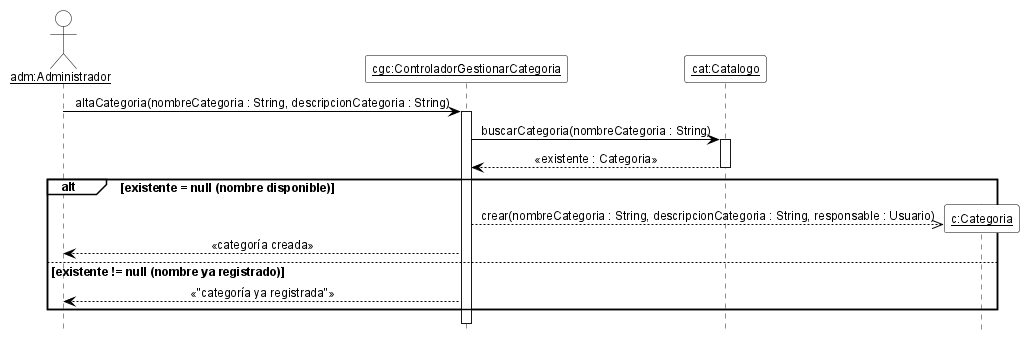
Before: 08-Diagrama De Secuencia/DSD_CU-03_altaCategoria.png, a diagram exported from PlantUML (cirotop/Stock-Project).
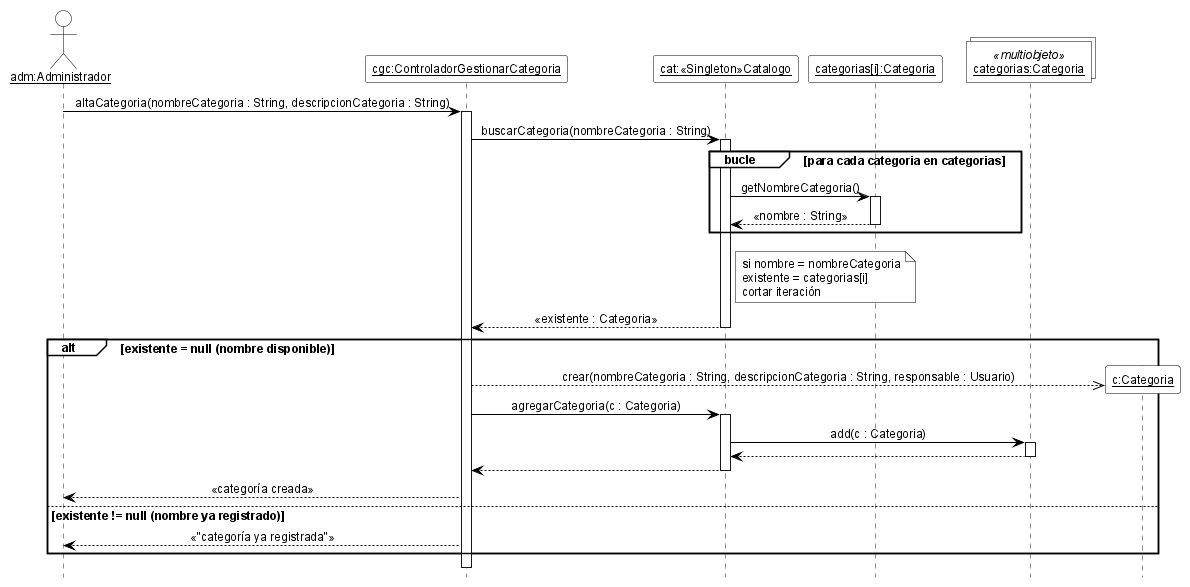
After the commit.

The edit, as a diff of the source:
```diff
@@ -7,6 +7,8 @@
 skinparam ArrowColor black
 skinparam ParticipantBackgroundColor white
 skinparam ParticipantBorderColor black
+skinparam CollectionsBackgroundColor white
+skinparam CollectionsBorderColor black
 skinparam ActorBackgroundColor white
 skinparam ActorBorderColor black
 skinparam LifeLineBorderColor black
@@ -19,14 +21,29 @@
 
 actor "<u>adm:Administrador</u>" as adm
 participant "<u>cgc:ControladorGestionarCategoria</u>" as cgc
-participant "<u>cat:Catalogo</u>" as cat
+participant "<u>cat:«Singleton»Catalogo</u>" as cat
+participant "<u>categorias[i]:Categoria</u>" as ci
+collections "<u>categorias:Categoria</u>" as mc <<multiobjeto>>
 
 adm -> cgc ++ : altaCategoria(nombreCategoria : String, descripcionCategoria : String)
 cgc -> cat ++ : buscarCategoria(nombreCategoria : String)
+group bucle [para cada categoria en categorias]
+  cat -> ci ++ : getNombreCategoria()
+  ci --> cat -- : «nombre : String»
+end
+note right of cat
+  si nombre = nombreCategoria
+  existente = categorias[i]
+  cortar iteración
+end note
 cat --> cgc -- : «existente : Categoria»
 alt existente = null (nombre disponible)
   create participant "<u>c:Categoria</u>" as c
   cgc -->> c : crear(nombreCategoria : String, descripcionCategoria : String, responsable : Usuario)
+  cgc -> cat ++ : agregarCategoria(c : Categoria)
+  cat -> mc ++ : add(c : Categoria)
+  mc --> cat --
+  cat --> cgc --
   cgc --> adm : «categoría creada»
 else existente != null (nombre ya registrado)
   cgc --> adm : «"categoría ya registrada"»
```
